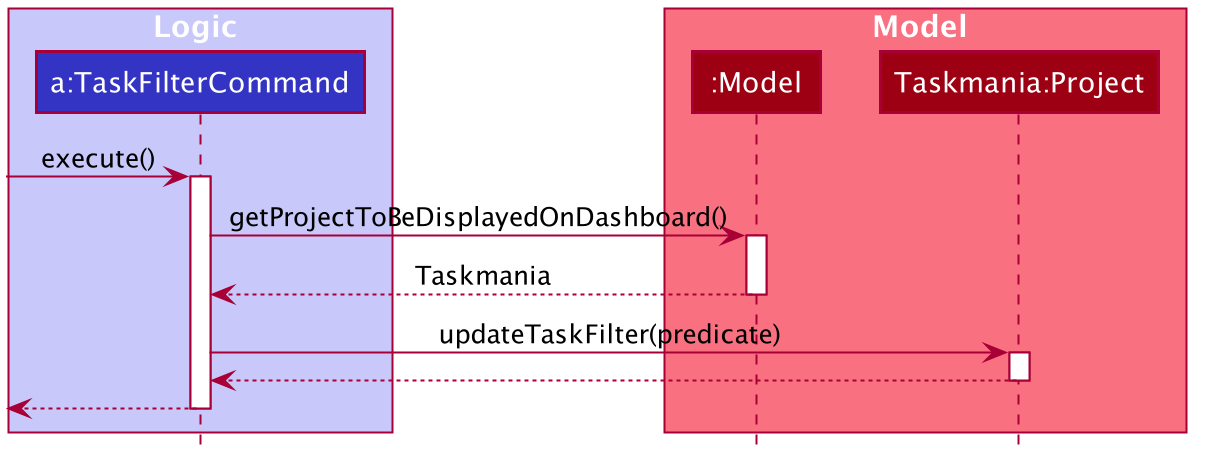
Earlier version of the PlantUML export docs/images/FilterSequenceDiagram.png (nus-cs2103-AY2021S1/tp).
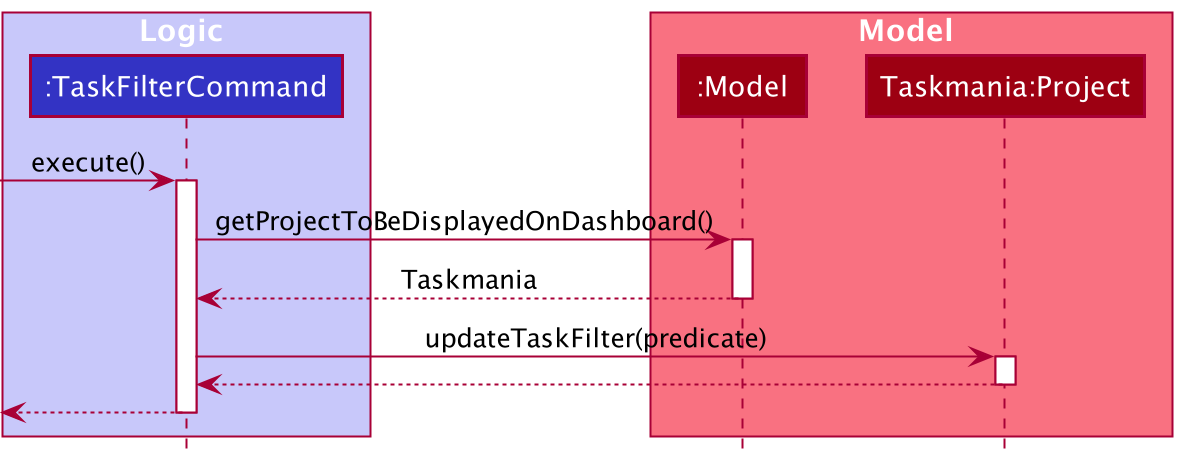
The same diagram one commit later.

Diff of the diagram source:
```diff
@@ -1,60 +1,13 @@
 @startuml
+!include style.puml
 
-
-
-
-
-
-
-
-skinparam BackgroundColor #FFFFFFF
-
-skinparam Shadowing false
-
-skinparam Class {
-    FontColor #FFFFFF
-    BorderThickness 1
-    BorderColor #FFFFFF
-    StereotypeFontColor #FFFFFF
-    FontName Arial
-}
-
-skinparam Actor {
-    BorderColor #000000
-    Color #000000
-    FontName Arial
-}
-
-skinparam Sequence {
-    MessageAlign center
-    BoxFontSize 15
-    BoxPadding 0
-    BoxFontColor #FFFFFF
-    FontName Arial
-}
-
-skinparam Participant {
-    FontColor #FFFFFFF
-    Padding 20
-}
-
-skinparam MinClassWidth 50
-skinparam ParticipantPadding 10
-skinparam Shadowing false
-skinparam DefaultTextAlignment center
-skinparam packageStyle Rectangle
-
-hide footbox
-hide members
-hide circle
-
-box Logic #C8C8FA
-participant "a:TaskFilterCommand" as TaskFilterCommand #3333C4
+box Logic LOGIC_COLOR_T1
+participant ":TaskFilterCommand" as TaskFilterCommand LOGIC_COLOR
 end box
 
-box Model #F97181
-participant ":Model" as Model #9D0012
-participant "Taskmania:Project" as Project #9D0012
+box Model MODEL_COLOR_T1
+participant ":Model" as Model MODEL_COLOR
+participant "Taskmania:Project" as Project MODEL_COLOR
 end box
 
 [-> TaskFilterCommand : execute()
```
